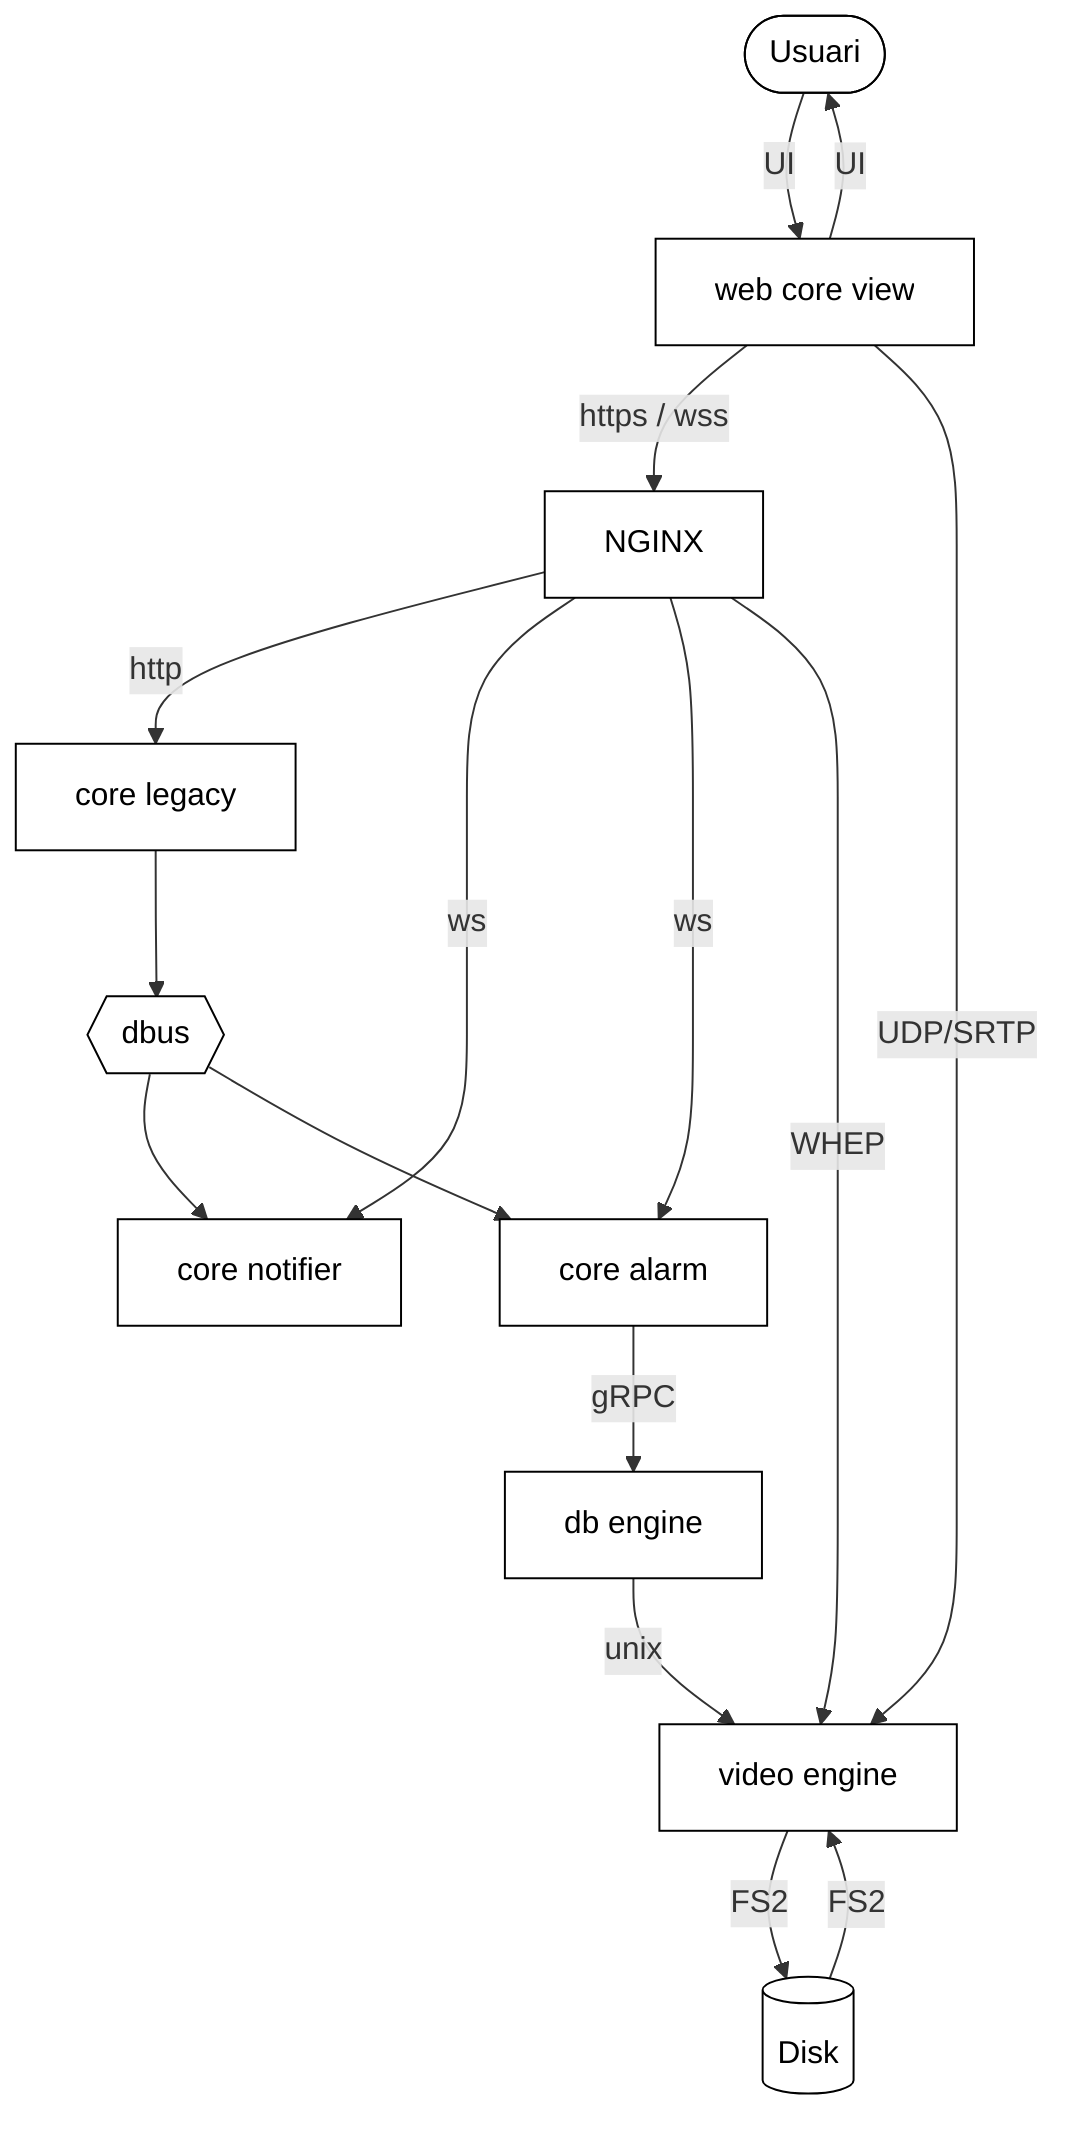
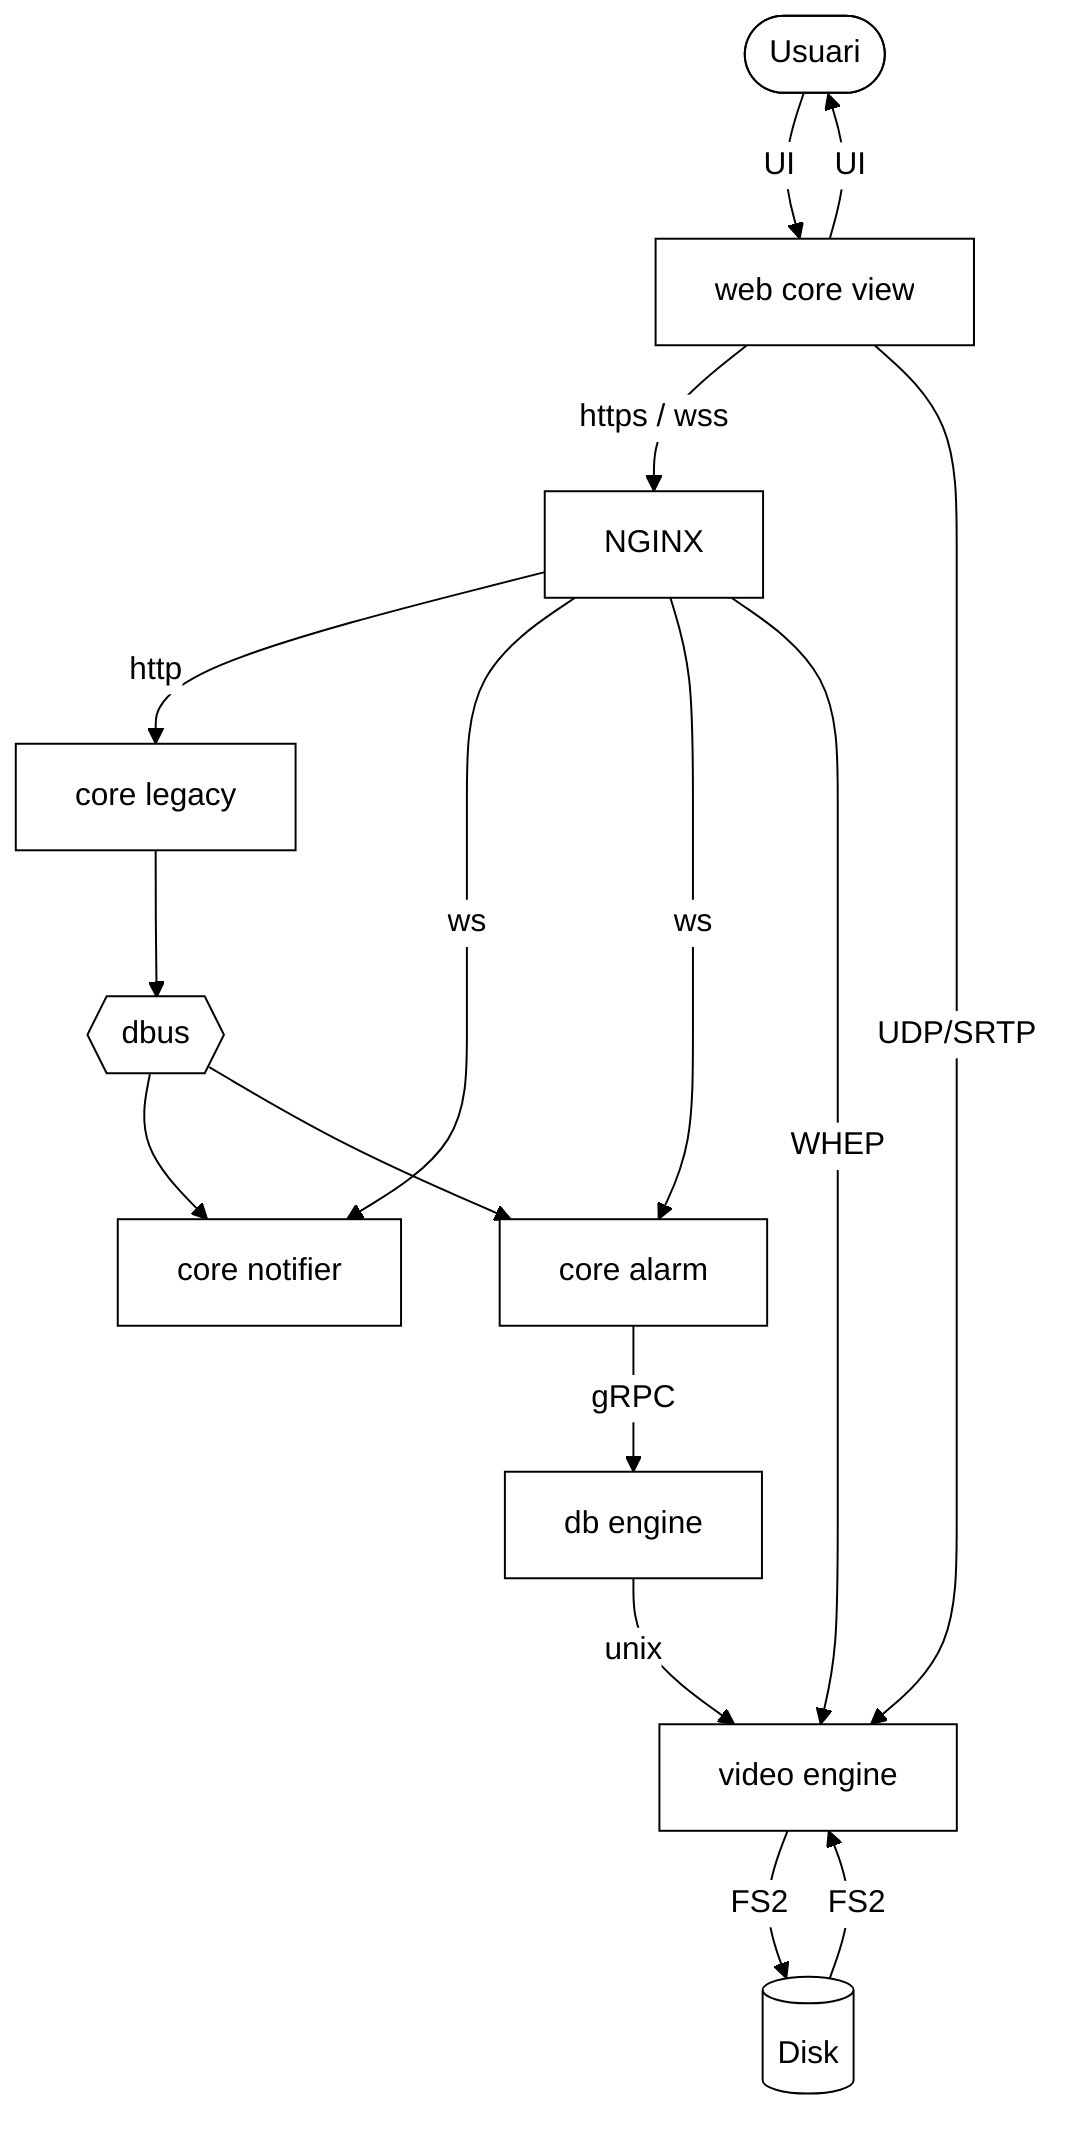
+ %%{init: {
+   'theme': 'base',
+   'themeVariables': {
+     'background': '#ffffff',
+     'primaryColor': '#ffffff',
+     'primaryTextColor': '#000000',
+     'primaryBorderColor': '#000000',
+     'lineColor': '#000000',
+     'secondaryColor': '#ffffff',
+     'tertiaryColor': '#ffffff'
+   },
+   'themeCSS': '.node rect, .node circle, .node polygon, .node path, .cluster rect { stroke: #000000 !important; stroke-width: 1px !important; filter: none !important; box-shadow: none !important; } .label { color: #000000 !important; }'
+ }}%%
+ 
graph TD
    Usuari([Usuari])
    WCV[web core view]
    NGX[NGINX]
    CL[core legacy]
    DBUS{{dbus}}
    CN[core notifier]
    CA[core alarm]
    DBE[db engine]
    DBV[video engine]
    Disk[(Disk)]

    Usuari -- UI --> WCV
    WCV -- UI --> Usuari

    WCV -- https / wss --> NGX
    NGX -- http --> CL
    NGX -- ws --> CN
    NGX -- ws --> CA
    NGX -- WHEP --> DBV
    WCV -- UDP/SRTP --> DBV

    CL --> DBUS
    DBUS --> CN
    DBUS --> CA

    CA -- gRPC --> DBE
    DBE -- unix --> DBV

    DBV -- FS2 --> Disk
-     Disk -- FS2 --> DBV
- 
-     classDef default fill:#ffffff,stroke:#000000,color:#000000;
+     Disk -- FS2 --> DBV